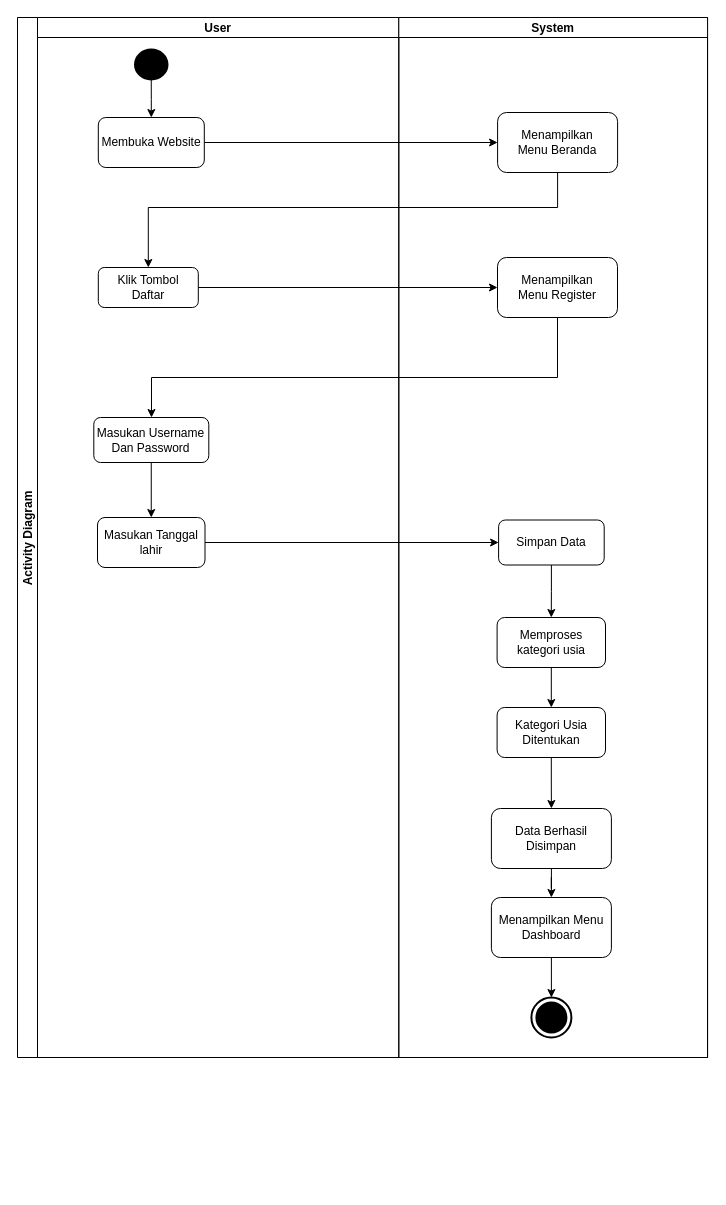
Earlier version of the draw.io diagram Activity Diagram Daftar.drawio (abdraiin/Sistem-Rekomendasi-Konten). Source tidied: cells renumbered, new cells numbered last; positions are measured from the earlier drawing's top-left corner, leaving out a move shared by most shapes. Both pictures are drawn from the tidied source at 100%, with x=0, y=0 at pixel (17, 17).
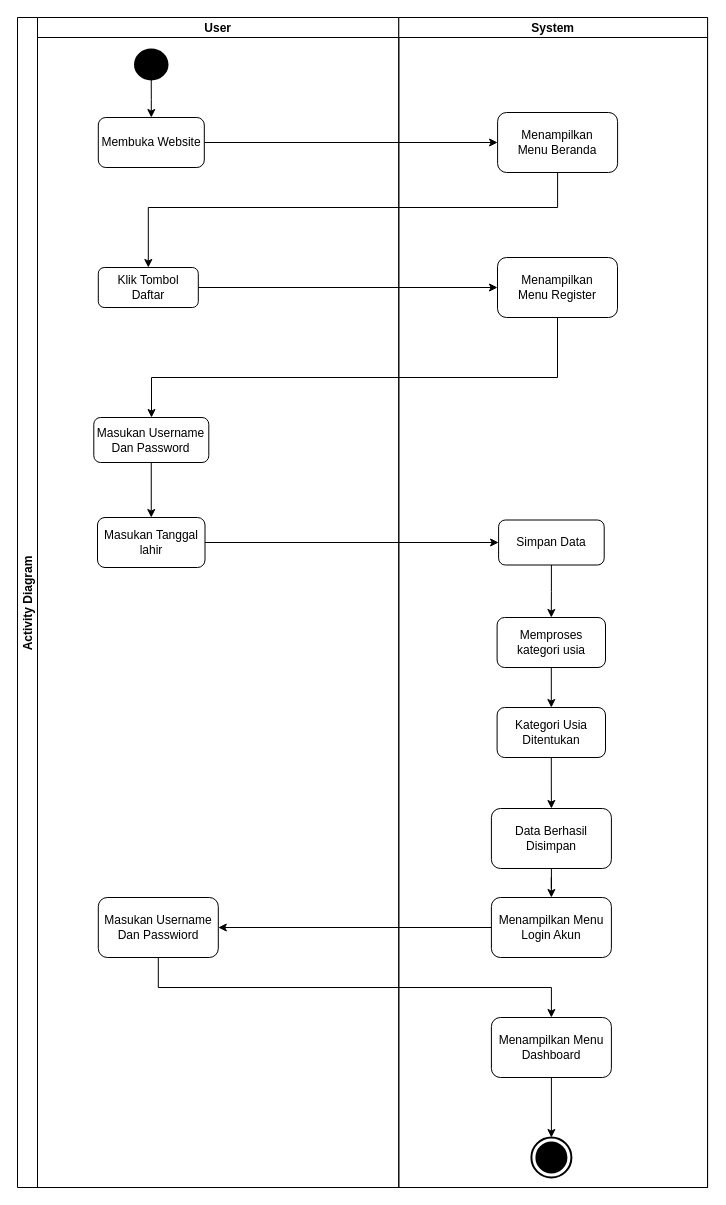
The same page after the edit.

The edit, as a diff of the source:
```diff
@@
     <mxCell id="2" value="Activity Diagram" style="swimlane;startSize=20;horizontal=0;" parent="1" vertex="1">
-      <mxGeometry width="690" height="1040" as="geometry" />
+      <mxGeometry width="690" height="1170" as="geometry" />
     </mxCell>
@@
     <mxCell id="4" value="User" style="swimlane;startSize=20;" parent="2" vertex="1">
-      <mxGeometry x="20" width="361.3" height="1040" as="geometry" />
+      <mxGeometry x="20" width="361.3" height="1170" as="geometry" />
     </mxCell>
@@
+    <mxCell id="30" value="Masukan Username&lt;div&gt;Dan Passwiord&lt;/div&gt;" style="whiteSpace=wrap;html=1;rounded=1;" parent="4" vertex="1">
+      <mxGeometry x="60.8" y="880" width="120" height="60" as="geometry" />
+    </mxCell>
@@
     <mxCell id="16" value="System" style="swimlane;startSize=20;" parent="2" vertex="1">
-      <mxGeometry x="381.3" width="308.8" height="1040" as="geometry" />
+      <mxGeometry x="381.3" width="308.8" height="1170" as="geometry" />
     </mxCell>
@@
-    <mxCell id="27" value="Menampilkan Menu&lt;div&gt;Dashboard&lt;/div&gt;" style="whiteSpace=wrap;html=1;rounded=1;" parent="16" vertex="1">
+    <mxCell id="27" value="Menampilkan Menu&lt;div&gt;Login Akun&lt;/div&gt;" style="whiteSpace=wrap;html=1;rounded=1;" parent="16" vertex="1">
       <mxGeometry x="92.6" y="880" width="120" height="60" as="geometry" />
     </mxCell>
-    <mxCell id="28" style="edgeStyle=orthogonalEdgeStyle;rounded=0;jettySize=auto;html=1;" parent="16" edge="1" source="27" target="29">
-      <mxGeometry relative="1" as="geometry" />
-    </mxCell>
+    <mxCell id="31" style="edgeStyle=orthogonalEdgeStyle;rounded=0;jettySize=auto;html=1;" parent="16" edge="1" source="32" target="29">
+      <mxGeometry relative="1" as="geometry" />
+    </mxCell>
+    <mxCell id="32" value="Menampilkan Menu Dashboard" style="whiteSpace=wrap;html=1;rounded=1;" parent="16" vertex="1">
+      <mxGeometry x="92.6" y="1000" width="120" height="60" as="geometry" />
+    </mxCell>
     <mxCell id="29" style="html=1;shape=mxgraph.sysml.actFinal;strokeWidth=2;verticalLabelPosition=bottom;verticalAlignment=top;" parent="16" vertex="1">
-      <mxGeometry x="132.6" y="980" width="40" height="40" as="geometry" />
+      <mxGeometry x="132.6" y="1120" width="40" height="40" as="geometry" />
     </mxCell>
+    <mxCell id="33" style="edgeStyle=orthogonalEdgeStyle;rounded=0;jettySize=auto;html=1;" parent="2" edge="1" source="27" target="30">
+      <mxGeometry relative="1" as="geometry" />
+    </mxCell>
+    <mxCell id="34" style="edgeStyle=orthogonalEdgeStyle;rounded=0;jettySize=auto;html=1;exitX=0.5;exitY=1;exitDx=0;exitDy=0;entryX=0.5;entryY=0;entryDx=0;entryDy=0;" parent="2" edge="1" source="30" target="32">
+      <mxGeometry relative="1" as="geometry" />
+    </mxCell>
```
